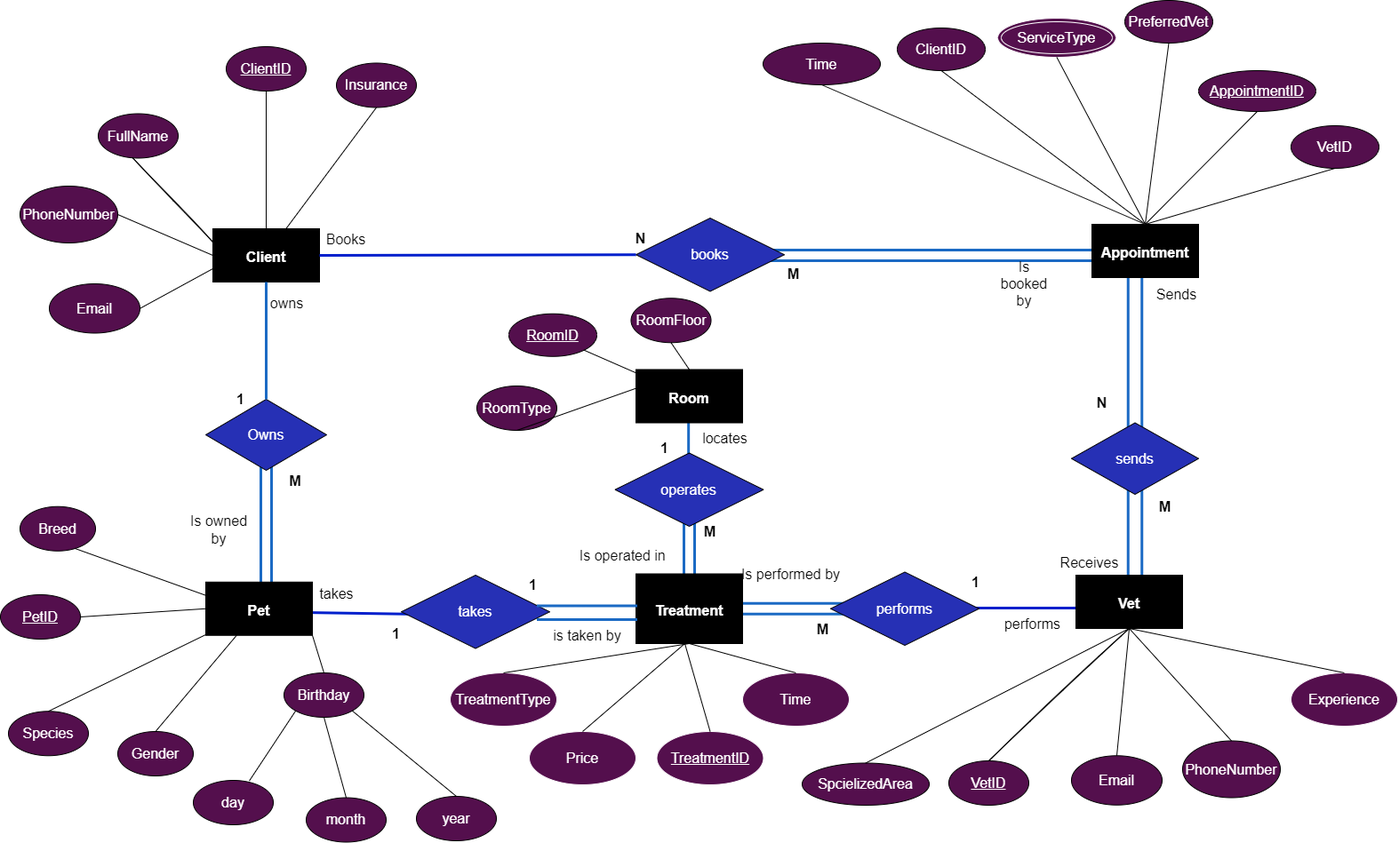
This is PetClinic.drawio.png from tomztz/SQL-Pet-Clinic, a draw.io export, as it was before one commit. Source tidied: cells renumbered, new cells last; positions are measured from the earlier drawing's top-left corner, leaving out a move shared by most shapes.
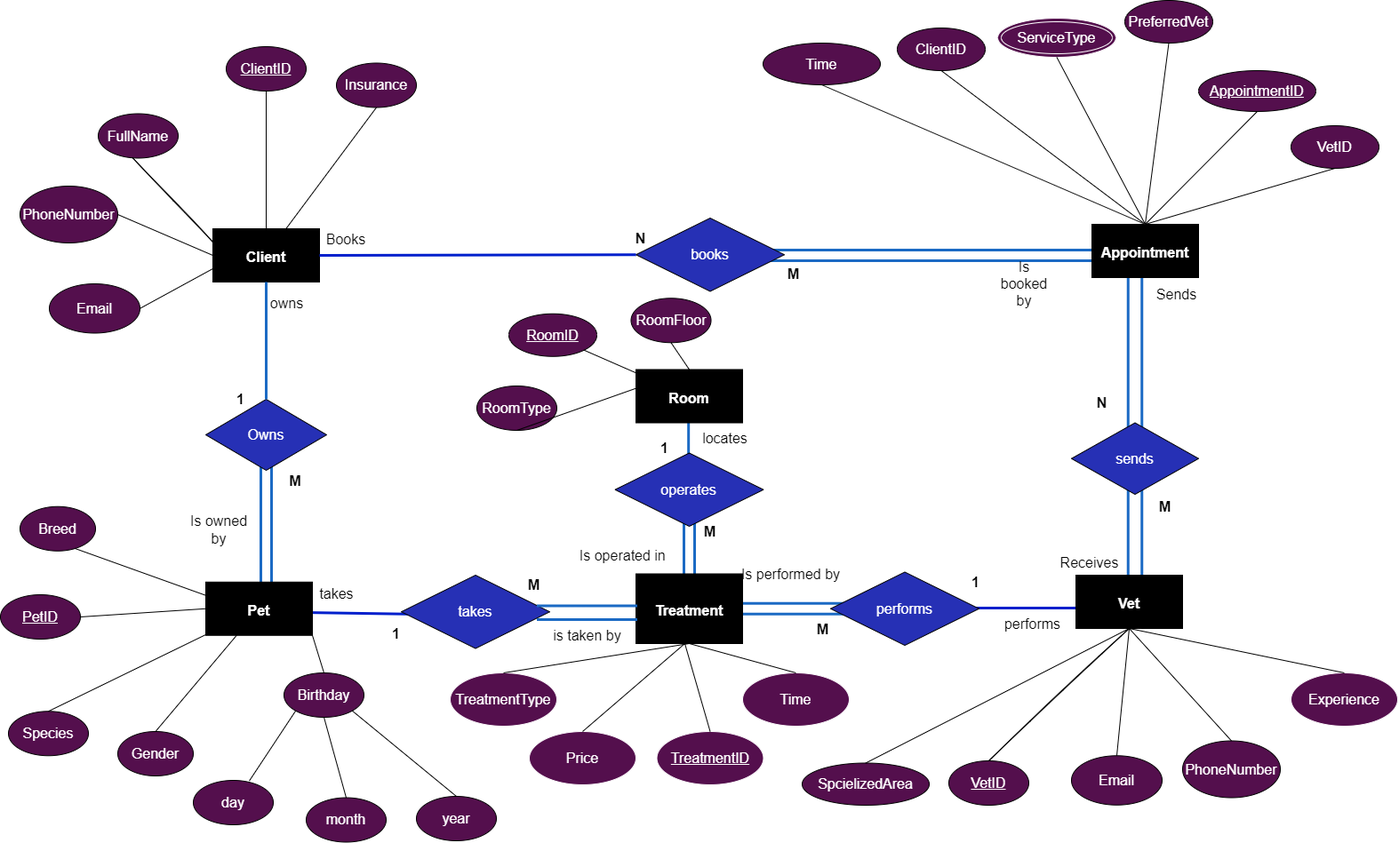
The same diagram one commit later.

The edit, as a diff of the source:
```diff
@@ -293,8 +293,8 @@
     <mxCell id="95" value="&lt;b&gt;1&lt;/b&gt;" style="text;html=1;align=center;verticalAlign=middle;strokeColor=none;fillColor=none;fontSize=16;fontColor=#000000;" parent="1" vertex="1">
       <mxGeometry x="434" y="702" width="22" height="22" as="geometry" />
     </mxCell>
-    <mxCell id="96" value="&lt;b&gt;1&lt;/b&gt;" style="text;html=1;align=center;verticalAlign=middle;strokeColor=none;fillColor=none;fontSize=16;fontColor=#000000;" parent="1" vertex="1">
-      <mxGeometry x="588.5" y="647" width="22" height="22" as="geometry" />
+    <mxCell id="96" value="&lt;b&gt;M&lt;/b&gt;" style="text;html=1;align=center;verticalAlign=middle;strokeColor=none;fillColor=none;fontSize=16;fontColor=#000000;" parent="1" vertex="1">
+      <mxGeometry x="583.5" y="647" width="33" height="22" as="geometry" />
     </mxCell>
     <mxCell id="97" value="&lt;u&gt;RoomID&lt;/u&gt;" style="ellipse;whiteSpace=wrap;html=1;fontSize=16;fontColor=#FFFFFF;fillColor=#540F4D;" parent="1" vertex="1">
       <mxGeometry x="572" y="352.8" width="99" height="48" as="geometry" />
```
